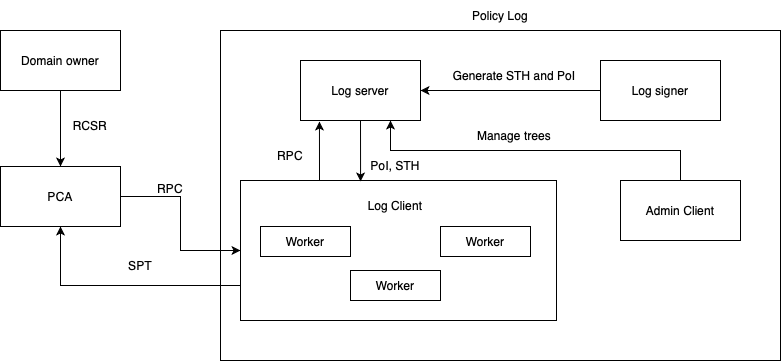
netsec-ethz/fpki keeps this draw.io diagram as images/overview.png. Above is the earlier version. Source tidied: cells renumbered, new cells last; positions are measured from the earlier drawing's top-left corner, leaving out a move shared by most shapes.
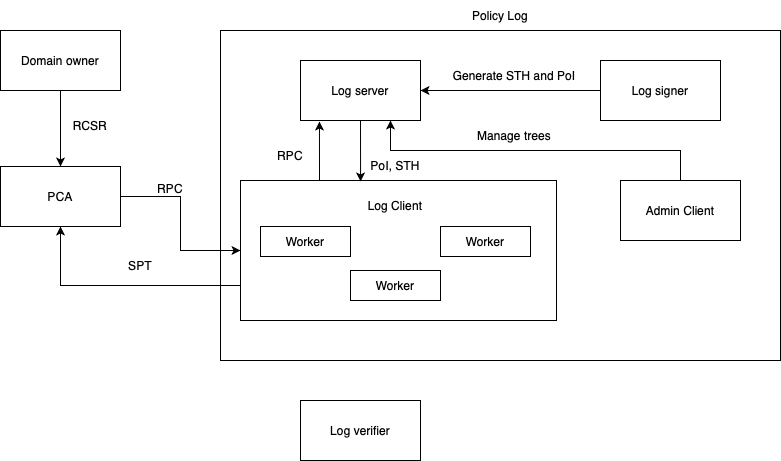
The same diagram one commit later.

Diff of the diagram source:
```diff
@@ -89,5 +89,8 @@
     <mxCell id="27" value="RPC" style="text;html=1;strokeColor=none;fillColor=none;align=center;verticalAlign=middle;whiteSpace=wrap;rounded=0;" parent="1" vertex="1">
       <mxGeometry x="260" y="140" width="60" height="30" as="geometry" />
     </mxCell>
+    <mxCell id="28" value="Log verifier" style="rounded=0;whiteSpace=wrap;html=1;" parent="1" vertex="1">
+      <mxGeometry x="300" y="400" width="120" height="60" as="geometry" />
+    </mxCell>
   </root>
 </mxGraphModel>
```
